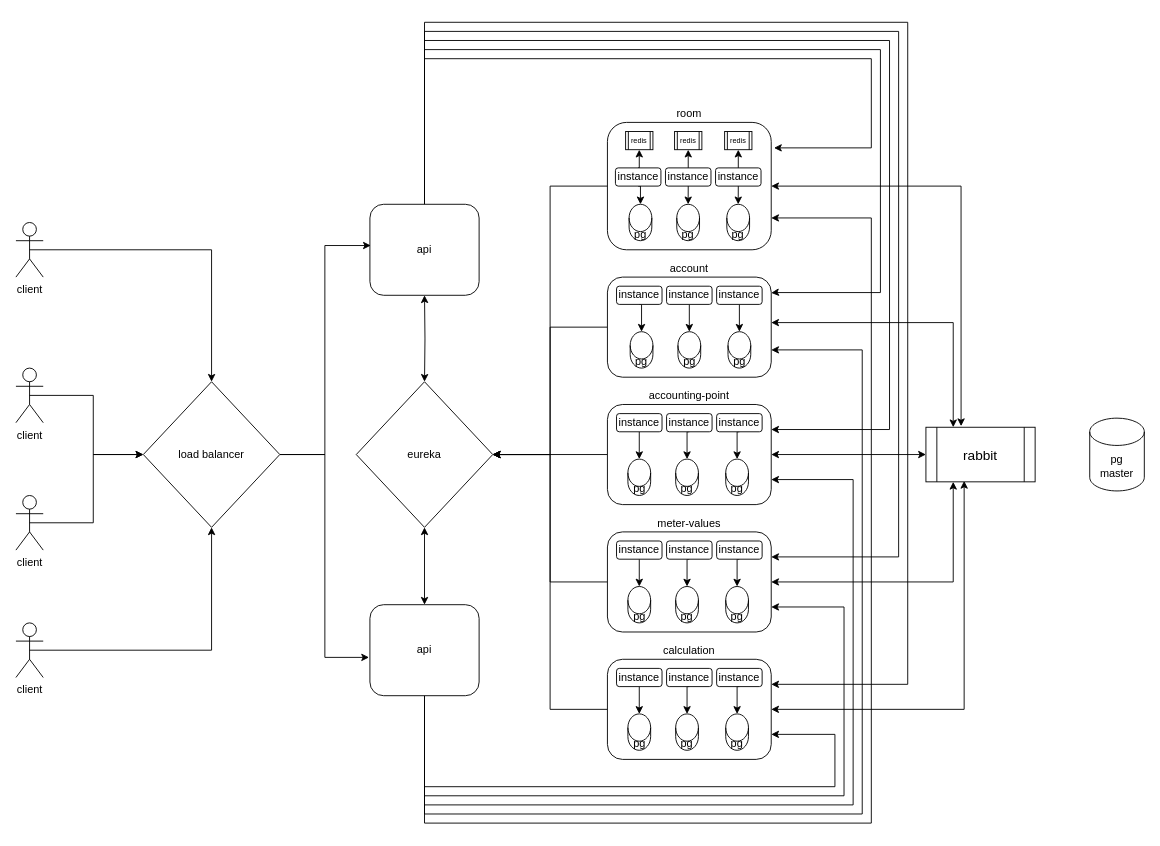
The draw.io diagram Untitled Diagram.drawio in Simon250388/billing_volume_calculator, before the edit. Source tidied: cells renumbered, new cells numbered last; positions are measured from the earlier drawing's top-left corner, leaving out a move shared by most shapes. Both pictures are drawn from the tidied source at 91%, with x=0, y=0 at pixel (15, 22).
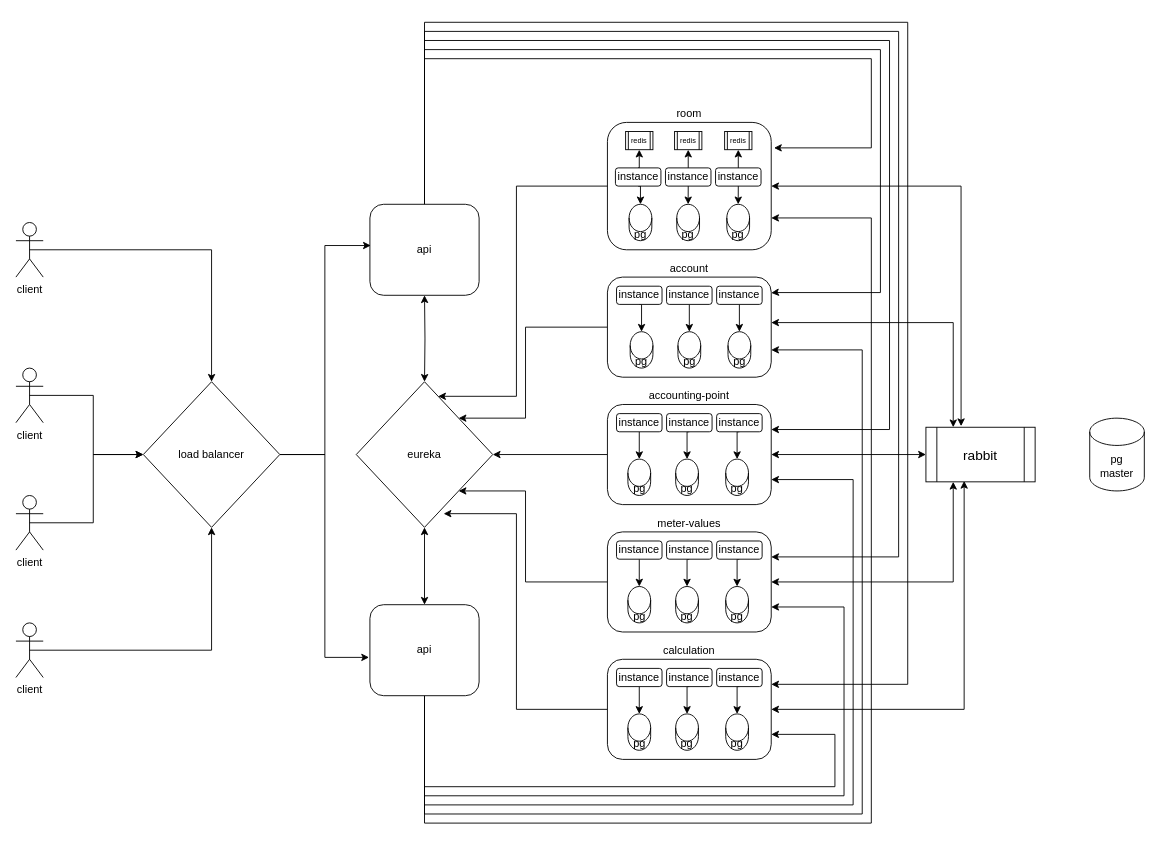
Above is the later version.

The change refers to these unchanged cells:
```xml
<mxCell id="3" value="room" style="rounded=1;whiteSpace=wrap;html=1;labelPosition=center;verticalLabelPosition=top;align=center;verticalAlign=bottom;" parent="1" vertex="1">
  <mxGeometry x="650" y="110" width="180" height="140" as="geometry" />
</mxCell>
<mxCell id="6" value="account" style="rounded=1;whiteSpace=wrap;html=1;labelPosition=center;verticalLabelPosition=top;align=center;verticalAlign=bottom;" parent="1" vertex="1">
  <mxGeometry x="650" y="280" width="180" height="110" as="geometry" />
</mxCell>
<mxCell id="12" value="meter-values" style="rounded=1;whiteSpace=wrap;html=1;labelPosition=center;verticalLabelPosition=top;align=center;verticalAlign=bottom;" parent="1" vertex="1">
  <mxGeometry x="650" y="560" width="180" height="110" as="geometry" />
</mxCell>
<mxCell id="31" value="eureka" style="rhombus;whiteSpace=wrap;html=1;" parent="1" vertex="1">
  <mxGeometry x="374" y="395" width="150" height="160" as="geometry" />
</mxCell>
<mxCell id="42" value="calculation" style="rounded=1;whiteSpace=wrap;html=1;labelPosition=center;verticalLabelPosition=top;align=center;verticalAlign=bottom;" parent="1" vertex="1">
  <mxGeometry x="650" y="700" width="180" height="110" as="geometry" />
</mxCell>
```

The edit, as a diff of the source:
```diff
@@
-    <mxCell id="4" style="edgeStyle=orthogonalEdgeStyle;rounded=0;jettySize=auto;html=1;exitX=0;exitY=0.5;exitDx=0;exitDy=0;entryX=1;entryY=0.5;entryDx=0;entryDy=0;startArrow=none;startFill=0;endArrow=classic;endFill=1;" parent="1" edge="1" source="6" target="31">
-      <mxGeometry relative="1" as="geometry" />
+    <mxCell id="4" style="edgeStyle=orthogonalEdgeStyle;rounded=0;jettySize=auto;html=1;exitX=0;exitY=0.5;exitDx=0;exitDy=0;entryX=1;entryY=0;entryDx=0;entryDy=0;startArrow=none;startFill=0;endArrow=classic;endFill=1;" parent="1" edge="1" source="6" target="31">
+      <mxGeometry relative="1" as="geometry">
+        <Array as="points">
+          <mxPoint x="560" y="335" />
+          <mxPoint x="560" y="435" />
+        </Array>
+      </mxGeometry>
     </mxCell>
@@
-    <mxCell id="10" style="edgeStyle=orthogonalEdgeStyle;rounded=0;jettySize=auto;html=1;exitX=0;exitY=0.5;exitDx=0;exitDy=0;entryX=1;entryY=0.5;entryDx=0;entryDy=0;startArrow=none;startFill=0;endArrow=classic;endFill=1;" parent="1" edge="1" source="12" target="31">
-      <mxGeometry relative="1" as="geometry" />
+    <mxCell id="10" style="edgeStyle=orthogonalEdgeStyle;rounded=0;jettySize=auto;html=1;exitX=0;exitY=0.5;exitDx=0;exitDy=0;entryX=1;entryY=1;entryDx=0;entryDy=0;startArrow=none;startFill=0;endArrow=classic;endFill=1;" parent="1" edge="1" source="12" target="31">
+      <mxGeometry relative="1" as="geometry">
+        <Array as="points">
+          <mxPoint x="560" y="615" />
+          <mxPoint x="560" y="515" />
+        </Array>
+      </mxGeometry>
     </mxCell>
@@
-    <mxCell id="30" style="edgeStyle=orthogonalEdgeStyle;rounded=0;jettySize=auto;html=1;exitX=1;exitY=0.5;exitDx=0;exitDy=0;entryX=0;entryY=0.5;entryDx=0;entryDy=0;startArrow=classic;startFill=1;endArrow=none;endFill=0;" parent="1" edge="1" source="31" target="3">
-      <mxGeometry relative="1" as="geometry" />
+    <mxCell id="30" style="edgeStyle=orthogonalEdgeStyle;rounded=0;jettySize=auto;html=1;exitX=0.6;exitY=0.1;exitDx=0;exitDy=0;entryX=0;entryY=0.5;entryDx=0;entryDy=0;startArrow=classic;startFill=1;endArrow=none;endFill=0;exitPerimeter=0;" parent="1" edge="1" source="31" target="3">
+      <mxGeometry relative="1" as="geometry">
+        <Array as="points">
+          <mxPoint x="550" y="411" />
+          <mxPoint x="550" y="180" />
+        </Array>
+      </mxGeometry>
     </mxCell>
@@
-    <mxCell id="40" style="edgeStyle=orthogonalEdgeStyle;rounded=0;jettySize=auto;html=1;exitX=0;exitY=0.5;exitDx=0;exitDy=0;entryX=1;entryY=0.5;entryDx=0;entryDy=0;startArrow=none;startFill=0;endArrow=classic;endFill=1;" parent="1" edge="1" source="42" target="31">
-      <mxGeometry relative="1" as="geometry" />
+    <mxCell id="40" style="edgeStyle=orthogonalEdgeStyle;rounded=0;jettySize=auto;html=1;exitX=0;exitY=0.5;exitDx=0;exitDy=0;entryX=0.64;entryY=0.906;entryDx=0;entryDy=0;startArrow=none;startFill=0;endArrow=classic;endFill=1;entryPerimeter=0;" parent="1" edge="1" source="42" target="31">
+      <mxGeometry relative="1" as="geometry">
+        <Array as="points">
+          <mxPoint x="550" y="755" />
+          <mxPoint x="550" y="540" />
+        </Array>
+      </mxGeometry>
     </mxCell>
```
